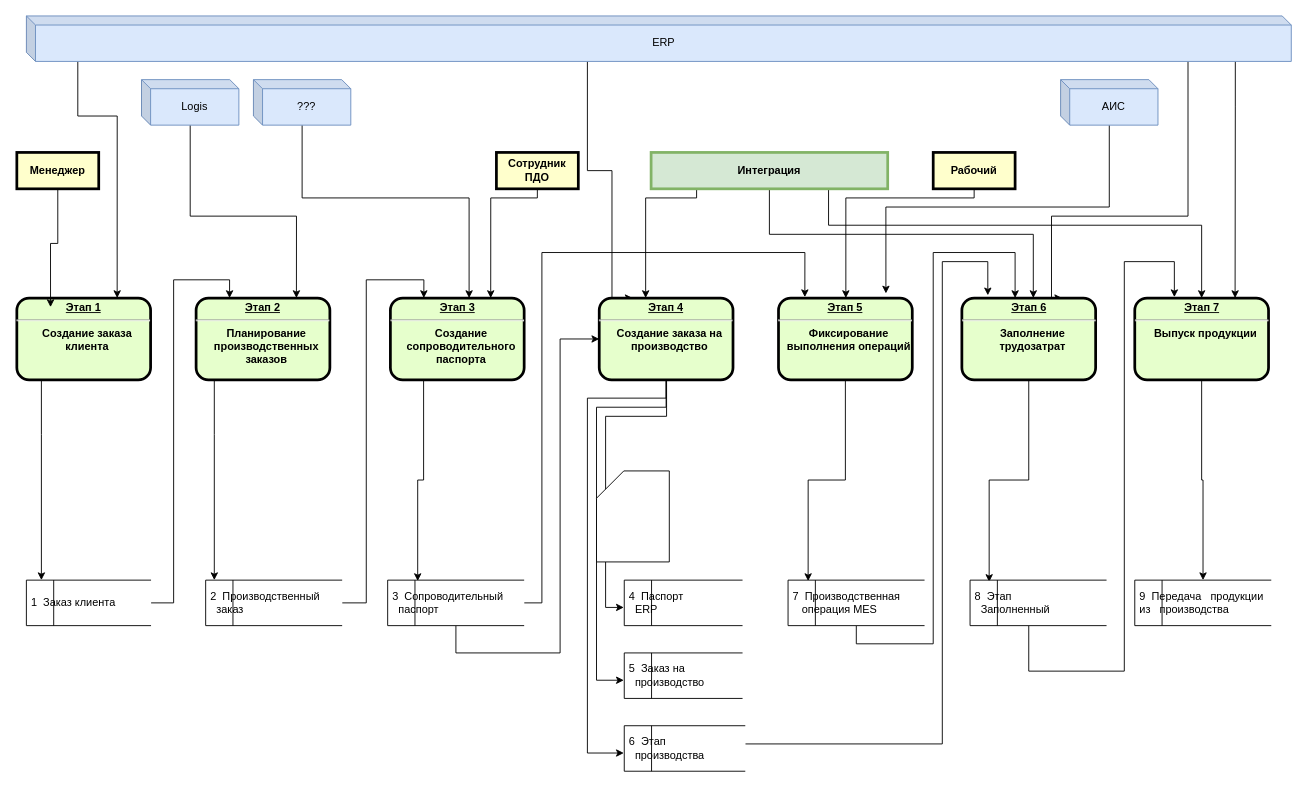
Above: integration_erp_ais.drawio in sashok74/Rarus (draw.io), before the change. Source tidied: cells renumbered, new cells numbered last; positions are measured from the earlier drawing's top-left corner, leaving out a move shared by most shapes. Both pictures are drawn from the tidied source at 91%, with x=0, y=0 at pixel (16, 15).
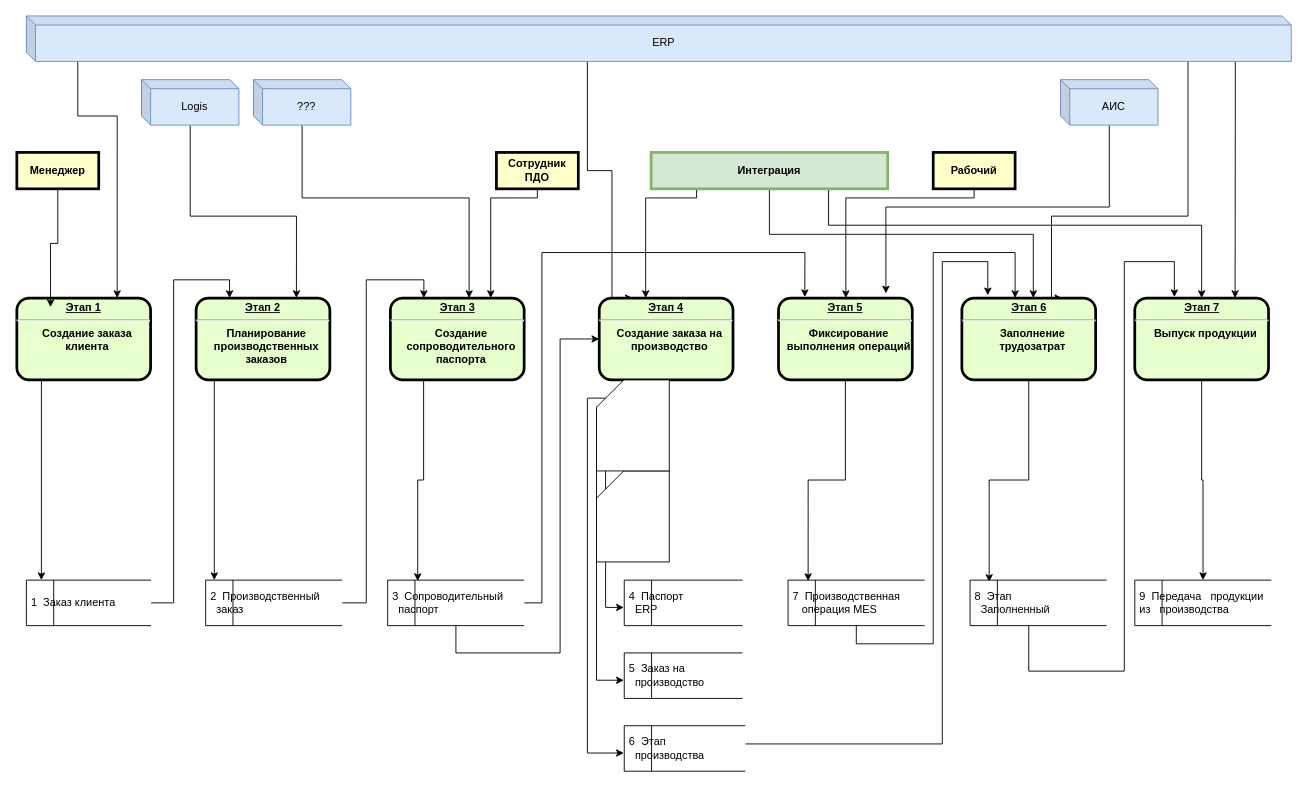
The same diagram, later.

The edit, as a diff of the source:
```diff
@@
+    <mxCell id="56" style="shape=card;whiteSpace=wrap;html=1;" parent="1" vertex="1">
+      <mxGeometry x="637" y="400" width="80" height="100" as="geometry" />
+    </mxCell>
```
